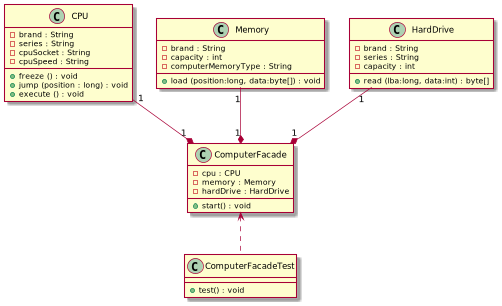
Before: src/main/java/com/rezahdrm/structural/facade/facadeUML.png, a diagram exported from PlantUML (reza-hdrm/DesignPatterns).
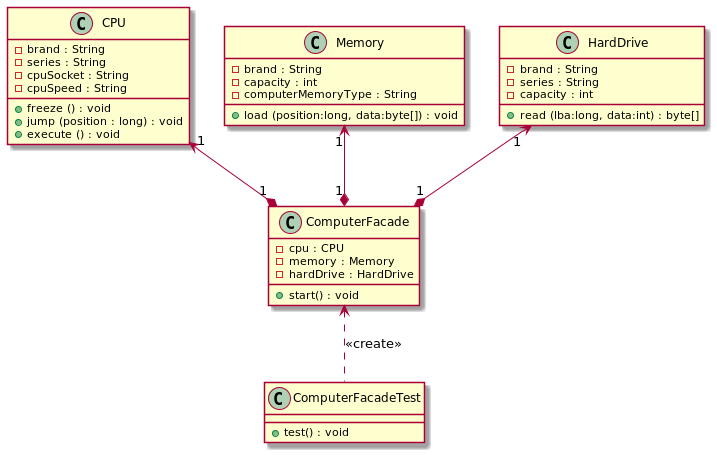
Above is the later version.

Change to the diagram source:
```diff
@@ -39,10 +39,10 @@
     + test() : void
 }
 
-CPU "1"--*"1" ComputerFacade
-Memory "1"--*"1" ComputerFacade
-HardDrive "1"--*"1" ComputerFacade
-ComputerFacade <.. ComputerFacadeTest
+CPU "1"<--*"1" ComputerFacade
+Memory "1"<--*"1" ComputerFacade
+HardDrive "1"<--*"1" ComputerFacade
+ComputerFacade <.. ComputerFacadeTest : <<create>>
 
 
 @enduml
```
